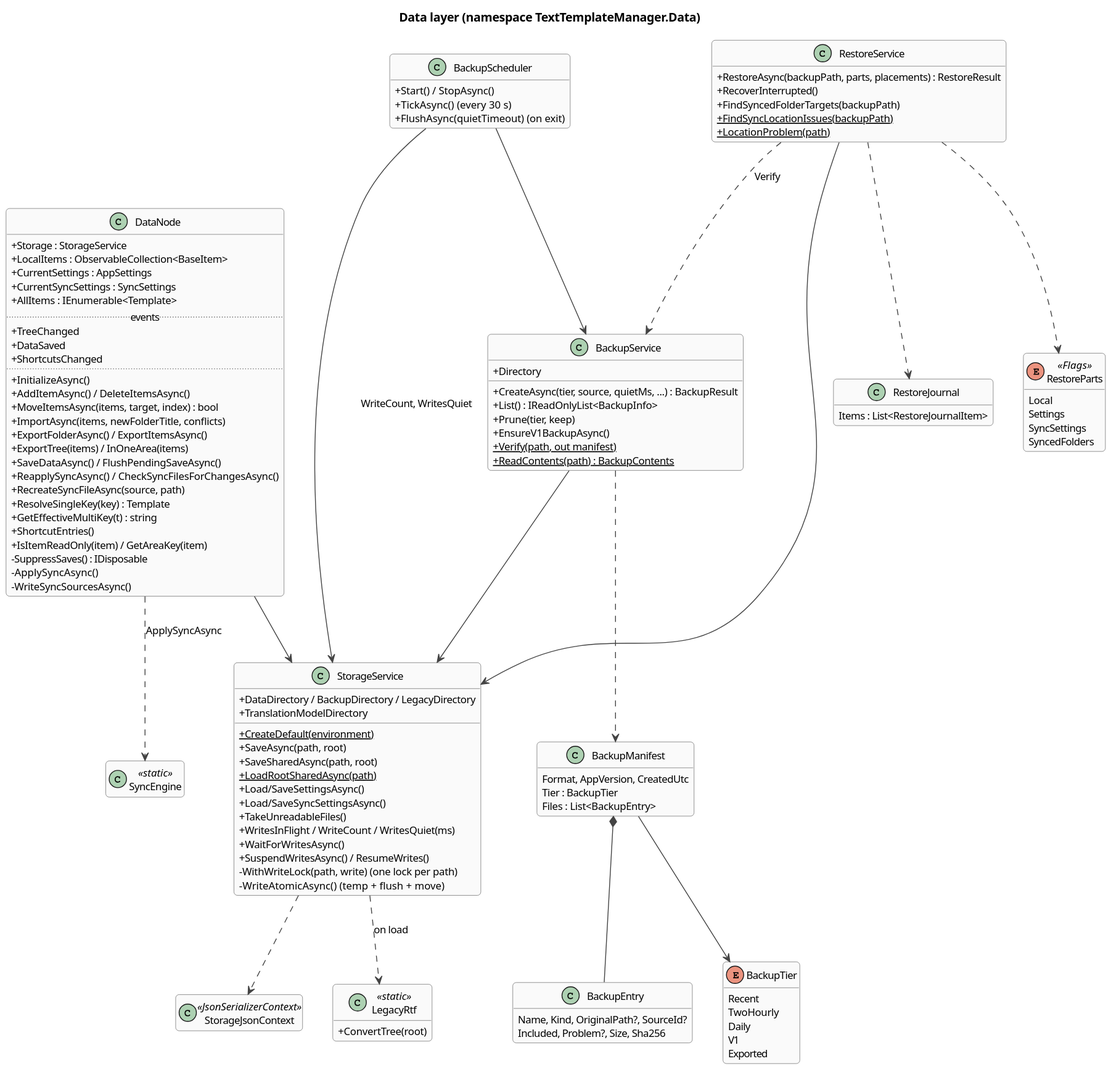
Above: docs/architecture/diagrams/class-data.svg in halatsWol/TextTemplateManager-v2 (PlantUML), before the change.
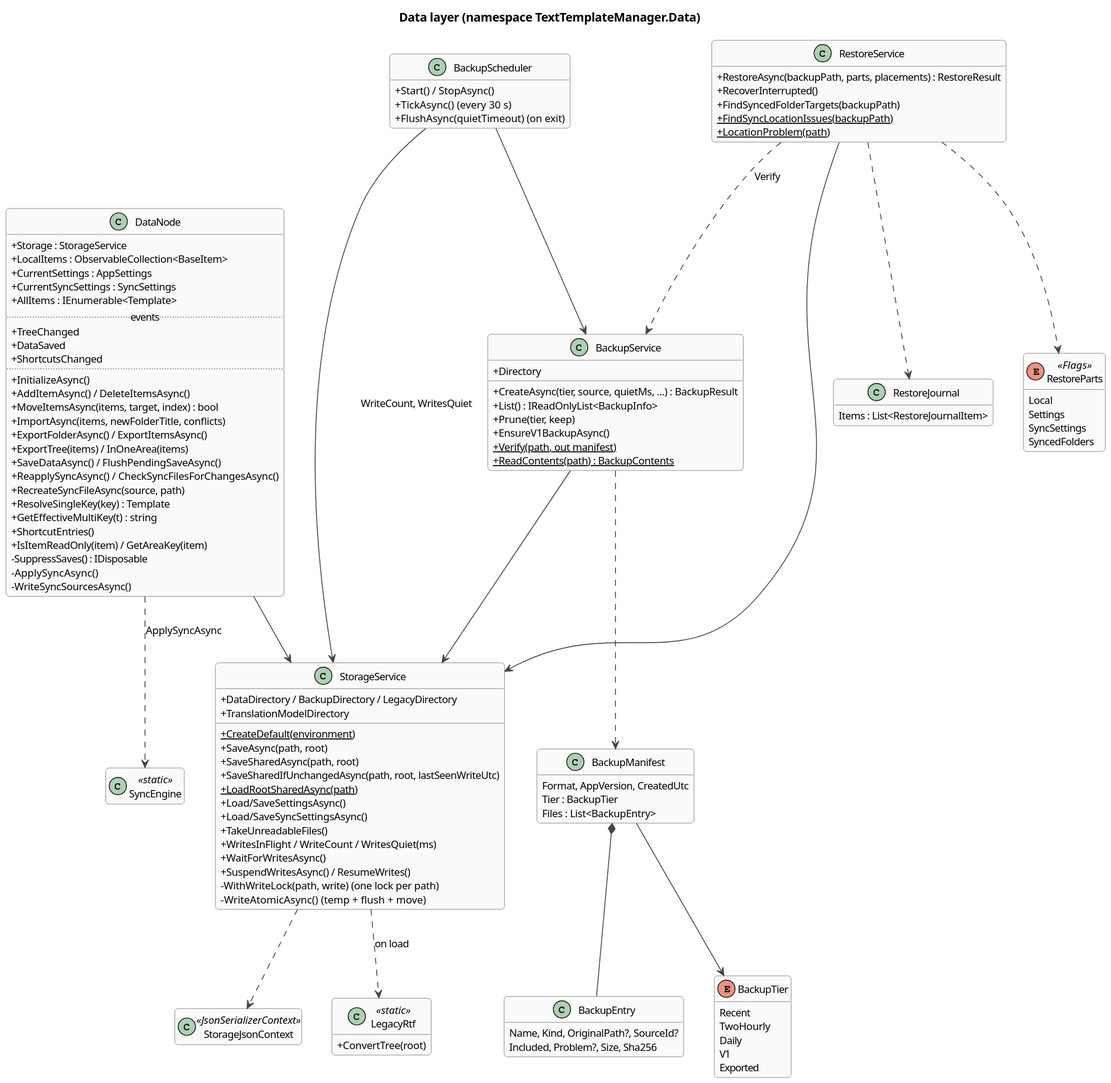
Later version of the same file.

Diff of the diagram source:
```diff
@@ -37,6 +37,7 @@
   +{static} CreateDefault(environment)
   +SaveAsync(path, root)
   +SaveSharedAsync(path, root)
+  +SaveSharedIfUnchangedAsync(path, root, lastSeenWriteUtc)
   +{static} LoadRootSharedAsync(path)
   +Load/SaveSettingsAsync()
   +Load/SaveSyncSettingsAsync()
```
